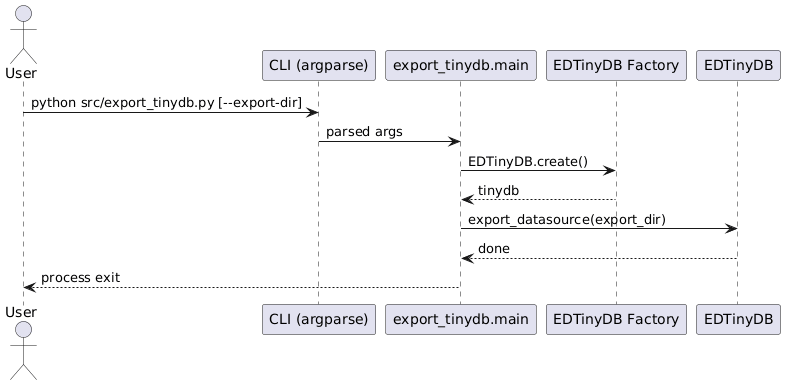
This is docs/datastore_transfer_sequences/export_tinydb.png from fazleskhan/elite_dangerous_discord_tools, a PlantUML export, as it was before one commit. Its diagram source:
```plantuml
@startuml
actor User
participant "CLI (argparse)" as CLI
participant "export_tinydb.main" as Main
participant "EDTinyDB Factory" as TinyFactory
participant "EDTinyDB" as TinyDB

User -> CLI : python src/export_tinydb.py [--export-dir]
CLI -> Main : parsed args
Main -> TinyFactory : EDTinyDB.create()
TinyFactory --> Main : tinydb
Main -> TinyDB : export_datasource(export_dir)
TinyDB --> Main : done
Main --> User : process exit
@enduml
```
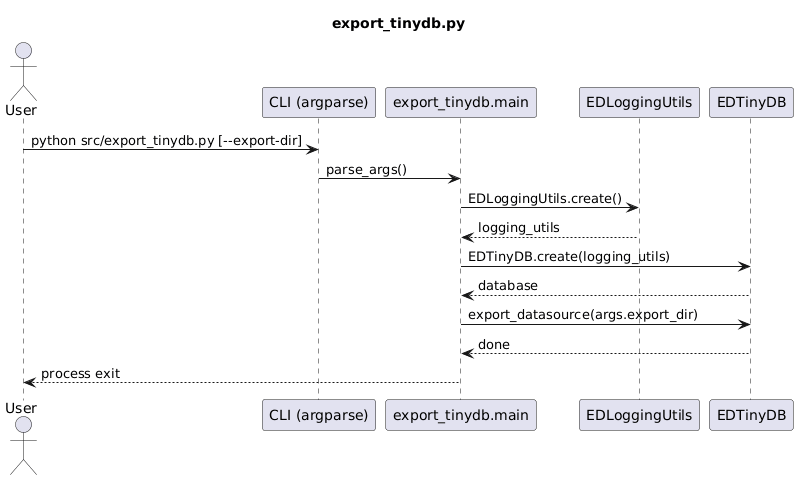
Later version of the same file.

What changed in the source:
```diff
@@ -1,15 +1,19 @@
 @startuml
+title export_tinydb.py
+
 actor User
 participant "CLI (argparse)" as CLI
 participant "export_tinydb.main" as Main
-participant "EDTinyDB Factory" as TinyFactory
+participant "EDLoggingUtils" as Logging
 participant "EDTinyDB" as TinyDB
 
 User -> CLI : python src/export_tinydb.py [--export-dir]
-CLI -> Main : parsed args
-Main -> TinyFactory : EDTinyDB.create()
-TinyFactory --> Main : tinydb
-Main -> TinyDB : export_datasource(export_dir)
+CLI -> Main : parse_args()
+Main -> Logging : EDLoggingUtils.create()
+Logging --> Main : logging_utils
+Main -> TinyDB : EDTinyDB.create(logging_utils)
+TinyDB --> Main : database
+Main -> TinyDB : export_datasource(args.export_dir)
 TinyDB --> Main : done
 Main --> User : process exit
 @enduml
```
